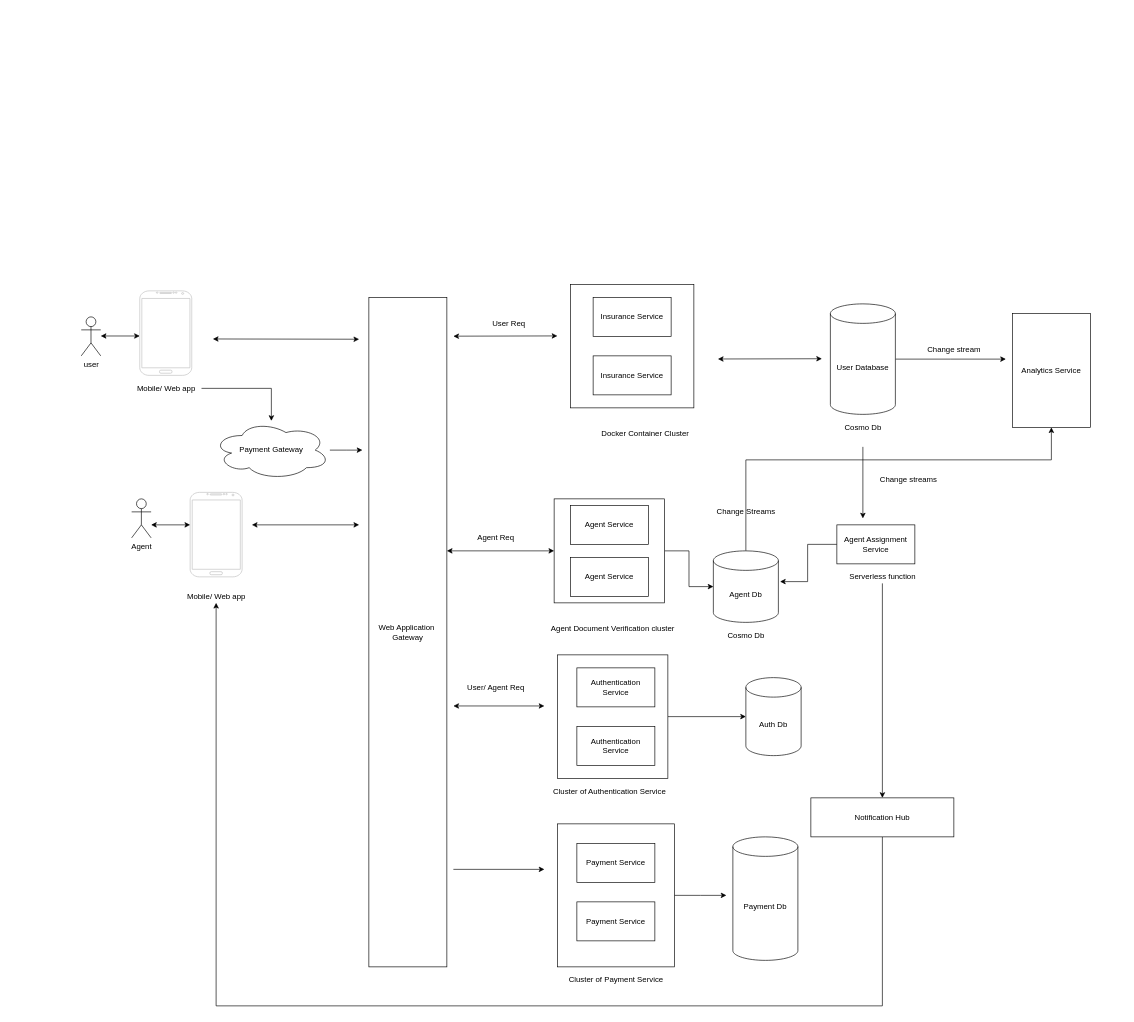
The draw.io diagram Insurance Service Architecture.drawio in udosajh/Insurance-Architecture, before the edit. Source tidied: cells renumbered, new cells numbered last; positions are measured from the earlier drawing's top-left corner, leaving out a move shared by most shapes. Both pictures are drawn from the tidied source at 65%, with x=0, y=0 at pixel (81, 284).
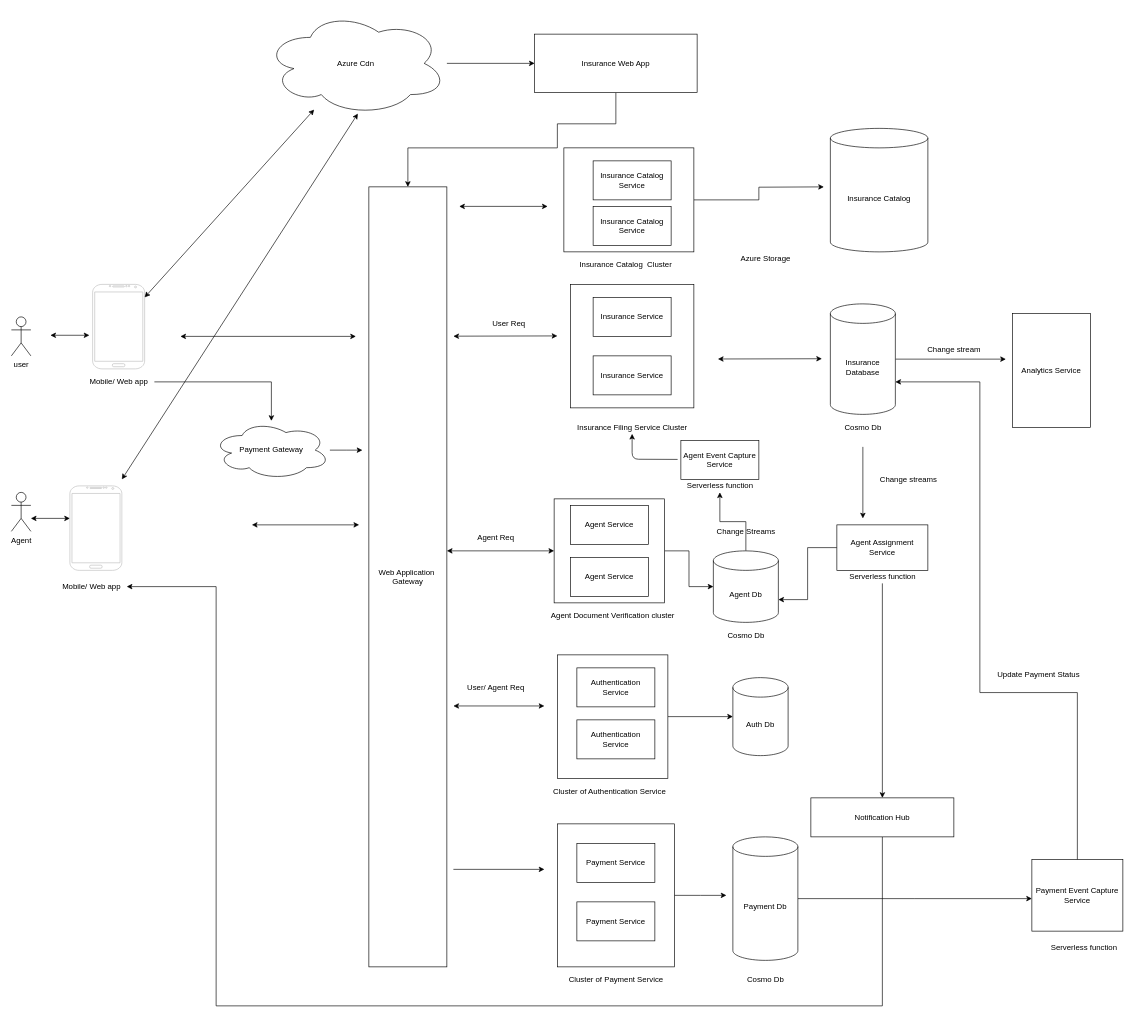
The same page after the edit.

The change refers to these unchanged cells:
```xml
<mxCell id="29" value="Agent Db" style="shape=cylinder3;whiteSpace=wrap;html=1;boundedLbl=1;backgroundOutline=1;size=15;" parent="1" vertex="1">
  <mxGeometry x="972" y="410" width="100" height="110" as="geometry" />
</mxCell>
<mxCell id="43" value="Analytics Service" style="rounded=0;whiteSpace=wrap;html=1;" parent="1" vertex="1">
  <mxGeometry x="1432" y="45" width="120" height="175" as="geometry" />
</mxCell>
<mxCell id="61" value="Payment Db" style="shape=cylinder3;whiteSpace=wrap;html=1;boundedLbl=1;backgroundOutline=1;size=15;" parent="1" vertex="1">
  <mxGeometry x="1002" y="850" width="100" height="190" as="geometry" />
</mxCell>
```

Diff of the diagram source:
```diff
@@
     <mxCell id="2" value="Web Application&amp;nbsp;&lt;br&gt;Gateway" style="rounded=0;whiteSpace=wrap;html=1;" parent="1" vertex="1">
-      <mxGeometry x="442" y="20" width="120" height="1030" as="geometry" />
+      <mxGeometry x="442" y="-150" width="120" height="1200" as="geometry" />
     </mxCell>
     <mxCell id="3" value="user&lt;br&gt;" style="shape=umlActor;verticalLabelPosition=bottom;verticalAlign=top;html=1;" parent="1" vertex="1">
-      <mxGeometry x="-0.5" y="50" width="30" height="60" as="geometry" />
+      <mxGeometry x="-108" y="50" width="30" height="60" as="geometry" />
     </mxCell>
     <mxCell id="4" style="verticalLabelPosition=bottom;verticalAlign=top;html=1;shadow=0;dashed=0;strokeWidth=1;shape=mxgraph.android.phone2;strokeColor=#c0c0c0;" parent="1" vertex="1">
-      <mxGeometry x="89.5" y="10" width="80" height="130" as="geometry" />
+      <mxGeometry x="17" width="80" height="130" as="geometry" />
     </mxCell>
@@
     <mxCell id="6" value="Mobile/ Web app" style="text;html=1;align=center;verticalAlign=middle;points=[];" parent="1" vertex="1">
-      <mxGeometry x="74.5" y="150" width="110" height="20" as="geometry" />
+      <mxGeometry x="2" y="140" width="110" height="20" as="geometry" />
     </mxCell>
     <mxCell id="7" style="endArrow=classic;startArrow=classic;html=1;" parent="1" edge="1">
       <mxGeometry relative="1" as="geometry">
-        <mxPoint x="29.5" y="79.4" as="sourcePoint" />
-        <mxPoint x="89.5" y="79.4" as="targetPoint" />
+        <mxPoint x="-48" y="78.3" as="sourcePoint" />
+        <mxPoint x="12" y="78.3" as="targetPoint" />
       </mxGeometry>
     </mxCell>
     <mxCell id="8" style="endArrow=classic;startArrow=classic;html=1;" parent="1" edge="1">
       <mxGeometry relative="1" as="geometry">
-        <mxPoint x="202" y="84" as="sourcePoint" />
-        <mxPoint x="427" y="84.4" as="targetPoint" />
+        <mxPoint x="152" y="80" as="sourcePoint" />
+        <mxPoint x="422" y="80" as="targetPoint" />
       </mxGeometry>
     </mxCell>
     <mxCell id="9" value="Agent" style="shape=umlActor;verticalLabelPosition=bottom;verticalAlign=top;html=1;" parent="1" vertex="1">
-      <mxGeometry x="77" y="330" width="30" height="60" as="geometry" />
+      <mxGeometry x="-108" y="320" width="30" height="60" as="geometry" />
     </mxCell>
     <mxCell id="10" style="verticalLabelPosition=bottom;verticalAlign=top;html=1;shadow=0;dashed=0;strokeWidth=1;shape=mxgraph.android.phone2;strokeColor=#c0c0c0;" parent="1" vertex="1">
-      <mxGeometry x="167" y="320" width="80" height="130" as="geometry" />
+      <mxGeometry x="-18" y="310" width="80" height="130" as="geometry" />
     </mxCell>
     <mxCell id="11" style="endArrow=classic;startArrow=classic;html=1;" parent="1" edge="1">
       <mxGeometry relative="1" as="geometry">
-        <mxPoint x="107" y="370" as="sourcePoint" />
-        <mxPoint x="167" y="370" as="targetPoint" />
+        <mxPoint x="-78" y="360" as="sourcePoint" />
+        <mxPoint x="-18" y="360" as="targetPoint" />
       </mxGeometry>
     </mxCell>
@@
     <mxCell id="13" value="Mobile/ Web app" style="text;html=1;align=center;verticalAlign=middle;points=[];" parent="1" vertex="1">
-      <mxGeometry x="152" y="470" width="110" height="20" as="geometry" />
+      <mxGeometry x="-40.5" y="455" width="110" height="20" as="geometry" />
     </mxCell>
@@
-    <mxCell id="22" value="Docker Container Cluster" style="text;html=1;align=center;verticalAlign=middle;points=[];" parent="1" vertex="1">
-      <mxGeometry x="792" y="220" width="150" height="20" as="geometry" />
+    <mxCell id="22" value="Insurance Filing Service Cluster" style="text;html=1;align=center;verticalAlign=middle;points=[];" parent="1" vertex="1">
+      <mxGeometry x="757" y="210" width="180" height="20" as="geometry" />
     </mxCell>
@@
-    <mxCell id="25" value="User Database" style="shape=cylinder3;whiteSpace=wrap;html=1;boundedLbl=1;backgroundOutline=1;size=15;" parent="1" vertex="1">
+    <mxCell id="25" value="Insurance Database" style="shape=cylinder3;whiteSpace=wrap;html=1;boundedLbl=1;backgroundOutline=1;size=15;" parent="1" vertex="1">
       <mxGeometry x="1152" y="30" width="100" height="170" as="geometry" />
     </mxCell>
-    <mxCell id="26" style="edgeStyle=orthogonalEdgeStyle;rounded=0;jettySize=auto;html=1;entryX=1.026;entryY=0.43;entryDx=0;entryDy=0;entryPerimeter=0;" parent="1" edge="1" source="27" target="29">
+    <mxCell id="26" style="edgeStyle=orthogonalEdgeStyle;rounded=0;jettySize=auto;html=1;entryX=1;entryY=0;entryDx=0;entryDy=75;entryPerimeter=0;" parent="1" edge="1" source="27" target="29">
       <mxGeometry relative="1" as="geometry" />
     </mxCell>
     <mxCell id="27" value="Agent Assignment Service" style="rounded=0;whiteSpace=wrap;html=1;" parent="1" vertex="1">
-      <mxGeometry x="1162" y="370" width="120" height="60" as="geometry" />
+      <mxGeometry x="1162" y="370" width="140" height="70" as="geometry" />
     </mxCell>
-    <mxCell id="28" style="edgeStyle=orthogonalEdgeStyle;rounded=0;jettySize=auto;html=1;" parent="1" edge="1" source="29" target="43">
-      <mxGeometry relative="1" as="geometry">
-        <Array as="points">
-          <mxPoint x="1022" y="270" />
-          <mxPoint x="1492" y="270" />
-        </Array>
-      </mxGeometry>
-    </mxCell>
+    <mxCell id="62" style="edgeStyle=orthogonalEdgeStyle;rounded=0;jettySize=auto;html=1;" parent="1" edge="1" source="29" target="85">
+      <mxGeometry relative="1" as="geometry" />
+    </mxCell>
@@
     <mxCell id="36" value="Agent Document Verification cluster" style="text;html=1;align=center;verticalAlign=middle;" parent="1" vertex="1">
-      <mxGeometry x="712" y="520" width="210" height="20" as="geometry" />
+      <mxGeometry x="712" y="500" width="210" height="20" as="geometry" />
     </mxCell>
@@
     <mxCell id="46" value="Change Streams" style="text;html=1;align=center;verticalAlign=middle;" parent="1" vertex="1">
-      <mxGeometry x="967" y="340" width="110" height="20" as="geometry" />
+      <mxGeometry x="967" y="370" width="110" height="20" as="geometry" />
     </mxCell>
@@
     <mxCell id="50" value="Authentication Service" style="rounded=0;whiteSpace=wrap;html=1;" parent="1" vertex="1">
-      <mxGeometry x="762" y="680" width="120" height="60" as="geometry" />
+      <mxGeometry x="762" y="670" width="120" height="60" as="geometry" />
     </mxCell>
@@
     <mxCell id="53" value="Auth Db" style="shape=cylinder3;whiteSpace=wrap;html=1;boundedLbl=1;backgroundOutline=1;size=15;" parent="1" vertex="1">
-      <mxGeometry x="1022" y="605" width="85" height="120" as="geometry" />
+      <mxGeometry x="1002" y="605" width="85" height="120" as="geometry" />
     </mxCell>
@@
+    <mxCell id="63" style="edgeStyle=orthogonalEdgeStyle;rounded=0;jettySize=auto;html=1;" parent="1" edge="1" source="61">
+      <mxGeometry relative="1" as="geometry">
+        <mxPoint x="1462" y="945" as="targetPoint" />
+      </mxGeometry>
+    </mxCell>
@@
+    <mxCell id="64" style="edgeStyle=orthogonalEdgeStyle;rounded=0;jettySize=auto;html=1;entryX=1;entryY=0;entryDx=0;entryDy=120;entryPerimeter=0;" parent="1" edge="1" source="65" target="25">
+      <mxGeometry relative="1" as="geometry">
+        <Array as="points">
+          <mxPoint x="1532" y="628" />
+          <mxPoint x="1382" y="628" />
+          <mxPoint x="1382" y="150" />
+        </Array>
+      </mxGeometry>
+    </mxCell>
+    <mxCell id="65" value="Payment Event Capture Service" style="rounded=0;whiteSpace=wrap;html=1;" parent="1" vertex="1">
+      <mxGeometry x="1462" y="885" width="140" height="110" as="geometry" />
+    </mxCell>
+    <mxCell id="66" value="Serverless function" style="text;html=1;align=center;verticalAlign=middle;" parent="1" vertex="1">
+      <mxGeometry x="1482" y="1010" width="120" height="20" as="geometry" />
+    </mxCell>
+    <mxCell id="67" value="Update Payment Status" style="text;html=1;align=center;verticalAlign=middle;" parent="1" vertex="1">
+      <mxGeometry x="1402" y="590" width="140" height="20" as="geometry" />
+    </mxCell>
+    <mxCell id="68" value="Cosmo Db&lt;br&gt;" style="text;html=1;align=center;verticalAlign=middle;" parent="1" vertex="1">
+      <mxGeometry x="1017" y="1060" width="70" height="20" as="geometry" />
+    </mxCell>
+    <mxCell id="69" style="endArrow=classic;startArrow=classic;html=1;" parent="1" edge="1" target="71">
+      <mxGeometry relative="1" as="geometry">
+        <mxPoint x="97" y="20" as="sourcePoint" />
+      </mxGeometry>
+    </mxCell>
+    <mxCell id="70" style="edgeStyle=orthogonalEdgeStyle;rounded=0;jettySize=auto;html=1;" parent="1" edge="1" source="71" target="73">
+      <mxGeometry relative="1" as="geometry" />
+    </mxCell>
+    <mxCell id="71" value="Azure Cdn" style="ellipse;shape=cloud;whiteSpace=wrap;html=1;" parent="1" vertex="1">
+      <mxGeometry x="282" y="-420" width="280" height="160" as="geometry" />
+    </mxCell>
+    <mxCell id="72" style="edgeStyle=orthogonalEdgeStyle;rounded=0;jettySize=auto;html=1;entryX=0.5;entryY=0;entryDx=0;entryDy=0;" parent="1" edge="1" source="73" target="2">
+      <mxGeometry relative="1" as="geometry">
+        <Array as="points">
+          <mxPoint x="822" y="-247" />
+          <mxPoint x="732" y="-247" />
+          <mxPoint x="732" y="-210" />
+          <mxPoint x="502" y="-210" />
+        </Array>
+      </mxGeometry>
+    </mxCell>
+    <mxCell id="73" value="Insurance Web App" style="rounded=0;whiteSpace=wrap;html=1;" parent="1" vertex="1">
+      <mxGeometry x="697" y="-385" width="250" height="90" as="geometry" />
+    </mxCell>
+    <mxCell id="74" value="Azure Storage" style="text;html=1;align=center;verticalAlign=middle;" parent="1" vertex="1">
+      <mxGeometry x="1007" y="-50" width="90" height="20" as="geometry" />
+    </mxCell>
+    <mxCell id="75" style="edgeStyle=orthogonalEdgeStyle;rounded=0;jettySize=auto;html=1;" parent="1" edge="1" source="76">
+      <mxGeometry relative="1" as="geometry">
+        <mxPoint x="1142" y="-150" as="targetPoint" />
+      </mxGeometry>
+    </mxCell>
+    <mxCell id="76" style="rounded=0;whiteSpace=wrap;html=1;" parent="1" vertex="1">
+      <mxGeometry x="742" y="-210" width="200" height="160" as="geometry" />
+    </mxCell>
+    <mxCell id="77" value="Insurance Catalog&amp;nbsp; Cluster" style="text;html=1;align=center;verticalAlign=middle;" parent="1" vertex="1">
+      <mxGeometry x="757" y="-40" width="160" height="20" as="geometry" />
+    </mxCell>
+    <mxCell id="78" value="Insurance Catalog" style="shape=cylinder3;whiteSpace=wrap;html=1;boundedLbl=1;backgroundOutline=1;size=15;" parent="1" vertex="1">
+      <mxGeometry x="1152" y="-240" width="150" height="190" as="geometry" />
+    </mxCell>
+    <mxCell id="79" style="endArrow=classic;startArrow=classic;html=1;entryX=0.511;entryY=0.983;entryDx=0;entryDy=0;entryPerimeter=0;" parent="1" edge="1" target="71">
+      <mxGeometry relative="1" as="geometry">
+        <mxPoint x="62" y="300" as="sourcePoint" />
+      </mxGeometry>
+    </mxCell>
+    <mxCell id="80" style="endArrow=classic;startArrow=classic;html=1;" parent="1" edge="1">
+      <mxGeometry relative="1" as="geometry">
+        <mxPoint x="581" y="-120" as="sourcePoint" />
+        <mxPoint x="717" y="-120" as="targetPoint" />
+      </mxGeometry>
+    </mxCell>
+    <mxCell id="81" value="Insurance Catalog Service" style="rounded=0;whiteSpace=wrap;html=1;" parent="1" vertex="1">
+      <mxGeometry x="787" y="-190" width="120" height="60" as="geometry" />
+    </mxCell>
+    <mxCell id="82" value="Insurance Catalog Service" style="rounded=0;whiteSpace=wrap;html=1;" parent="1" vertex="1">
+      <mxGeometry x="787" y="-120" width="120" height="60" as="geometry" />
+    </mxCell>
+    <mxCell id="83" style="endArrow=classic;html=1;" parent="1" edge="1" target="22">
+      <mxGeometry relative="1" as="geometry">
+        <mxPoint x="917" y="269.3" as="sourcePoint" />
+        <Array as="points">
+          <mxPoint x="847" y="269" />
+        </Array>
+      </mxGeometry>
+    </mxCell>
+    <mxCell id="84" value="Agent Event Capture Service" style="rounded=0;whiteSpace=wrap;html=1;" parent="1" vertex="1">
+      <mxGeometry x="922" y="240" width="120" height="60" as="geometry" />
+    </mxCell>
+    <mxCell id="85" value="Serverless function" style="text;html=1;align=center;verticalAlign=middle;points=[];" parent="1" vertex="1">
+      <mxGeometry x="922" y="300" width="120" height="20" as="geometry" />
+    </mxCell>
```
